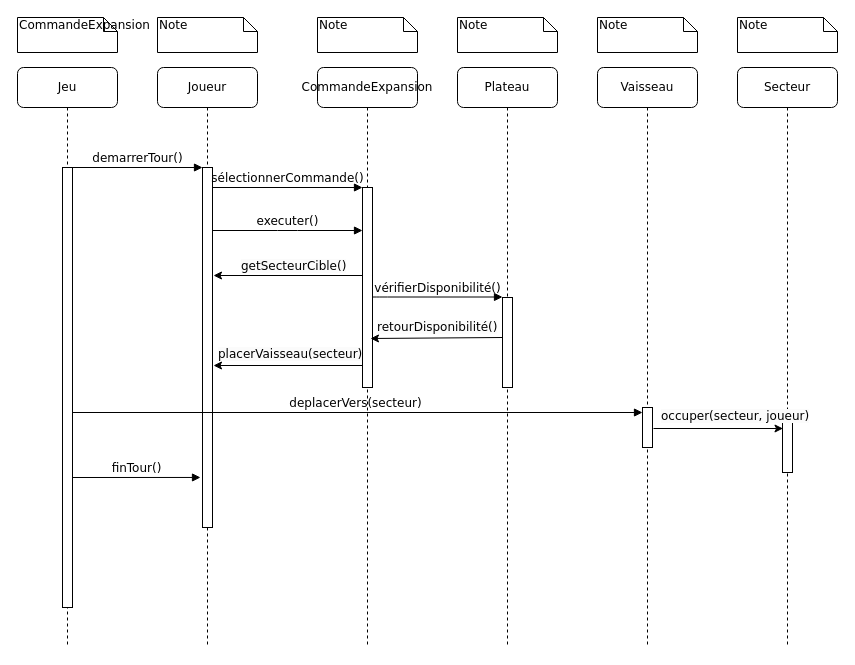
Before: page "Expansion" (1 of 3) of diagrammedesequence.drawio in haikll/pocket_imperium_java, a draw.io diagram. Source tidied: cells renumbered, new cells numbered last; positions are measured from the earlier drawing's top-left corner, leaving out a move shared by most shapes. Both pictures are drawn from the tidied source at 100%, with x=0, y=0 at pixel (17, 17).
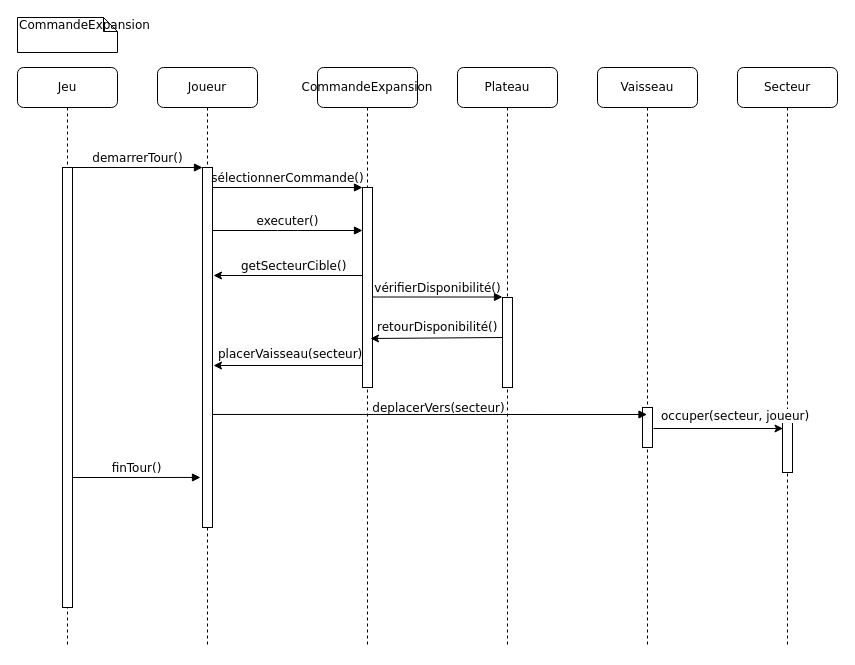
The same diagram, later.

Unchanged cells that the change refers to:
```xml
<mxCell id="3" style="html=1;points=[];perimeter=orthogonalPerimeter;rounded=0;shadow=0;comic=0;labelBackgroundColor=none;strokeWidth=1;fontFamily=Verdana;fontSize=12;align=center;" parent="2" vertex="1">
  <mxGeometry x="45" y="100" width="10" height="360" as="geometry" />
</mxCell>
<mxCell id="9" value="Vaisseau" style="shape=umlLifeline;perimeter=lifelinePerimeter;whiteSpace=wrap;html=1;outlineConnect=0;rounded=1;shadow=0;comic=0;labelBackgroundColor=none;strokeWidth=1;fontFamily=Verdana;fontSize=12;align=center;" parent="1" vertex="1">
  <mxGeometry x="580" y="50" width="100" height="580" as="geometry" />
</mxCell>
<mxCell id="13" value="Jeu" style="shape=umlLifeline;perimeter=lifelinePerimeter;whiteSpace=wrap;html=1;outlineConnect=0;rounded=1;shadow=0;comic=0;labelBackgroundColor=none;strokeWidth=1;fontFamily=Verdana;fontSize=12;align=center;" parent="1" vertex="1">
  <mxGeometry y="50" width="100" height="580" as="geometry" />
</mxCell>
```

Diff of the diagram source:
```diff
@@
-    <mxCell id="10" value="deplacerVers(secteur)" style="html=1;verticalAlign=bottom;endArrow=block;entryX=0;entryY=0;labelBackgroundColor=none;fontFamily=Verdana;fontSize=12;edgeStyle=elbowEdgeStyle;elbow=vertical;" parent="9" edge="1" source="13">
-      <mxGeometry relative="1" as="geometry">
-        <mxPoint x="45" y="345" as="targetPoint" />
-      </mxGeometry>
-    </mxCell>
@@
-    <mxCell id="21" value="Note" style="shape=note;whiteSpace=wrap;html=1;size=14;verticalAlign=top;align=left;spacingTop=-6;rounded=0;shadow=0;comic=0;labelBackgroundColor=none;strokeWidth=1;fontFamily=Verdana;fontSize=12;" parent="1" vertex="1">
-      <mxGeometry x="140" width="100" height="35" as="geometry" />
-    </mxCell>
-    <mxCell id="22" value="Note" style="shape=note;whiteSpace=wrap;html=1;size=14;verticalAlign=top;align=left;spacingTop=-6;rounded=0;shadow=0;comic=0;labelBackgroundColor=none;strokeWidth=1;fontFamily=Verdana;fontSize=12;" parent="1" vertex="1">
-      <mxGeometry x="300" width="100" height="35" as="geometry" />
-    </mxCell>
-    <mxCell id="23" value="Note" style="shape=note;whiteSpace=wrap;html=1;size=14;verticalAlign=top;align=left;spacingTop=-6;rounded=0;shadow=0;comic=0;labelBackgroundColor=none;strokeWidth=1;fontFamily=Verdana;fontSize=12;" parent="1" vertex="1">
-      <mxGeometry x="440" width="100" height="35" as="geometry" />
-    </mxCell>
-    <mxCell id="24" value="Note" style="shape=note;whiteSpace=wrap;html=1;size=14;verticalAlign=top;align=left;spacingTop=-6;rounded=0;shadow=0;comic=0;labelBackgroundColor=none;strokeWidth=1;fontFamily=Verdana;fontSize=12;" parent="1" vertex="1">
-      <mxGeometry x="580" width="100" height="35" as="geometry" />
-    </mxCell>
-    <mxCell id="25" value="Note" style="shape=note;whiteSpace=wrap;html=1;size=14;verticalAlign=top;align=left;spacingTop=-6;rounded=0;shadow=0;comic=0;labelBackgroundColor=none;strokeWidth=1;fontFamily=Verdana;fontSize=12;" parent="1" vertex="1">
-      <mxGeometry x="720" width="100" height="35" as="geometry" />
-    </mxCell>
@@
+    <mxCell id="10" value="deplacerVers(secteur)" style="html=1;verticalAlign=bottom;endArrow=block;labelBackgroundColor=none;fontFamily=Verdana;fontSize=12;edgeStyle=elbowEdgeStyle;elbow=vertical;exitX=1;exitY=0.686;exitDx=0;exitDy=0;exitPerimeter=0;" parent="1" edge="1" source="3" target="9">
+      <mxGeometry x="0.04" y="-3" relative="1" as="geometry" />
+    </mxCell>
```
